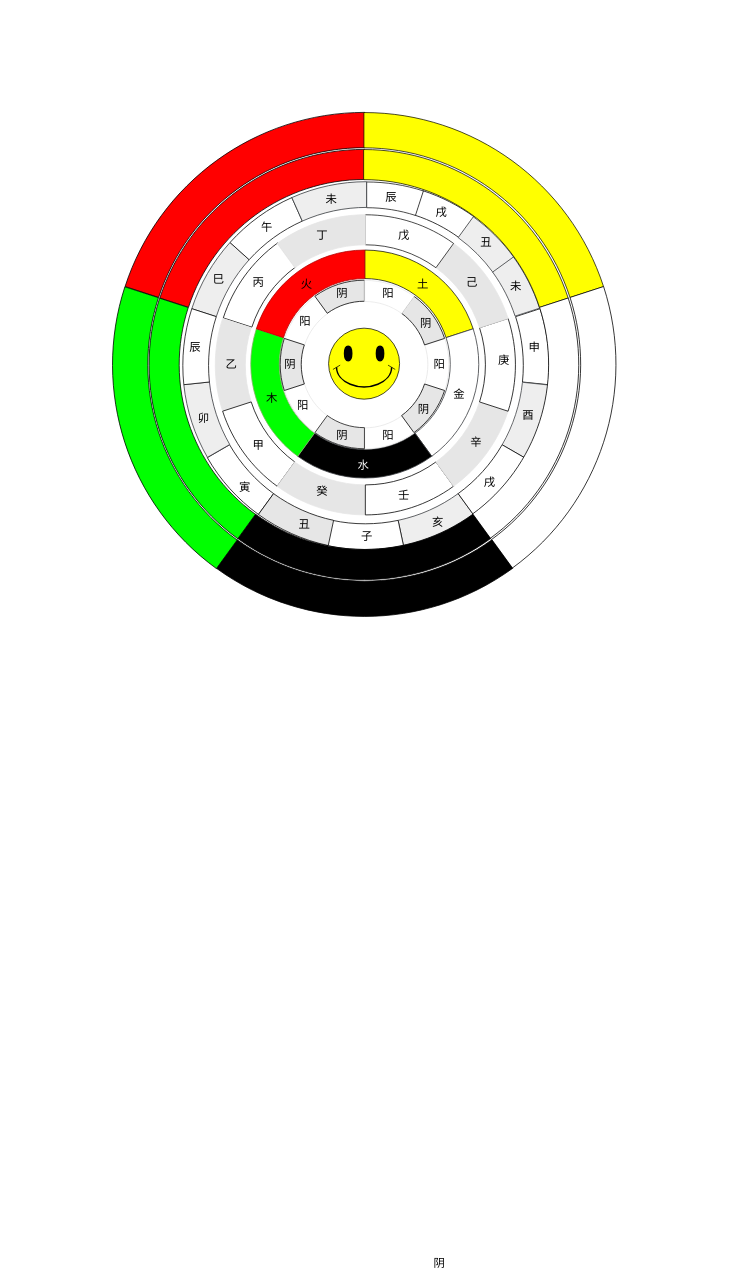
This is page "Page-2" (2 of 2) of 中国古代命理学.drawio from wxfls/draw.io, a draw.io file, before an edit. Source tidied: cells renumbered, new cells numbered last; positions are measured from the earlier drawing's top-left corner, leaving out a move shared by most shapes. Both pictures are drawn from the tidied source at 71%, with x=0, y=0 at pixel (63, 64). Pictures stored in the file or linked from it are replaced by grey dashed boxes.
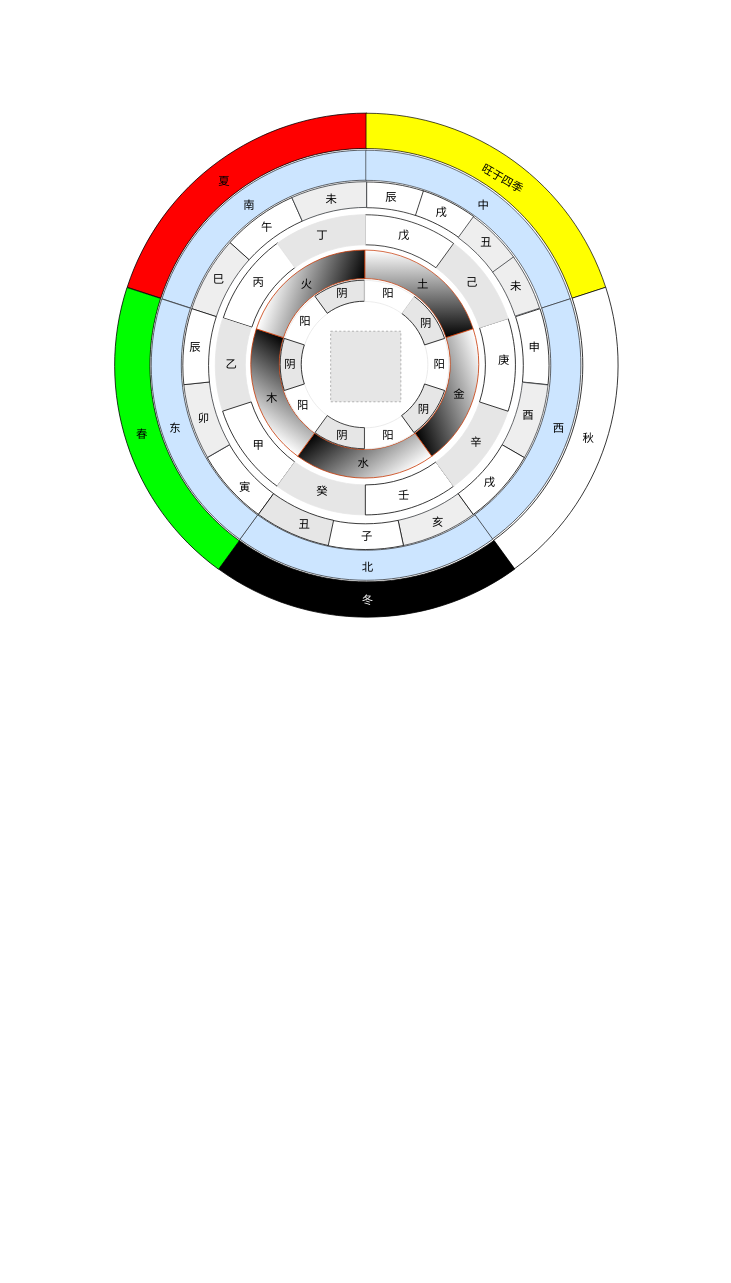
The same diagram, later.

Commit message (it also covers changes not shown here):
Update 中国古代命理学.drawio

The change refers to these unchanged cells:
```xml
<mxCell id="61" style="group;" parent="1" vertex="1">
  <mxGeometry x="61.3" y="58.7" width="731.2" height="731.2" as="geometry" />
</mxCell>
```

Change to the diagram source:
```diff
@@
-    <mxCell id="2" style="verticalLabelPosition=bottom;verticalAlign=top;html=1;shape=mxgraph.basic.partConcEllipse;startAngle=0.0;endAngle=0.20;arcWidth=0.25;fillColor=#FFFF00;" parent="1" vertex="1">
+    <mxCell id="2" style="verticalLabelPosition=bottom;verticalAlign=top;html=1;shape=mxgraph.basic.partConcEllipse;startAngle=0.0;endAngle=0.20;arcWidth=0.25;fillColor=#FFFFFF;fontColor=#000000;strokeColor=#C73500;gradientColor=#000000;" parent="1" vertex="1">
       <mxGeometry x="263.7" y="261.7" width="321.1" height="321.1" as="geometry" />
     </mxCell>
-    <mxCell id="3" style="verticalLabelPosition=bottom;verticalAlign=top;html=1;shape=mxgraph.basic.partConcEllipse;startAngle=0.0;endAngle=0.20;arcWidth=0.25;rotation=72;fillColor=#FFFFFF;strokeColor=#36393d;" parent="1" vertex="1">
+    <mxCell id="3" style="verticalLabelPosition=bottom;verticalAlign=top;html=1;shape=mxgraph.basic.partConcEllipse;startAngle=0.0;endAngle=0.20;arcWidth=0.25;rotation=72;strokeColor=#C73500;fontColor=#000000;gradientColor=#000000;fillColor=#FFFFFF;" parent="1" vertex="1">
       <mxGeometry x="263.7" y="261.7" width="321.1" height="321.1" as="geometry" />
     </mxCell>
-    <mxCell id="4" style="verticalLabelPosition=bottom;verticalAlign=top;html=1;shape=mxgraph.basic.partConcEllipse;startAngle=0.0;endAngle=0.20;arcWidth=0.25;rotation=144;fillColor=#000000;strokeColor=#36393d;" parent="1" vertex="1">
+    <mxCell id="4" style="verticalLabelPosition=bottom;verticalAlign=top;html=1;shape=mxgraph.basic.partConcEllipse;startAngle=0.0;endAngle=0.20;arcWidth=0.25;rotation=144;strokeColor=#C73500;fontColor=#000000;gradientColor=#000000;fillColor=#FFFFFF;" parent="1" vertex="1">
       <mxGeometry x="263.7" y="261.7" width="321.1" height="321.1" as="geometry" />
     </mxCell>
-    <mxCell id="5" style="verticalLabelPosition=bottom;verticalAlign=top;html=1;shape=mxgraph.basic.partConcEllipse;startAngle=0.0;endAngle=0.20;arcWidth=0.25;rotation=216;fillColor=#00FF00;strokeColor=#82b366;" parent="1" vertex="1">
+    <mxCell id="5" style="verticalLabelPosition=bottom;verticalAlign=top;html=1;shape=mxgraph.basic.partConcEllipse;startAngle=0.0;endAngle=0.20;arcWidth=0.25;rotation=216;strokeColor=#C73500;fontColor=#000000;gradientColor=#000000;fillColor=#FFFFFF;" parent="1" vertex="1">
       <mxGeometry x="263.7" y="261.7" width="321.1" height="321.1" as="geometry" />
     </mxCell>
-    <mxCell id="6" style="verticalLabelPosition=bottom;verticalAlign=top;html=1;shape=mxgraph.basic.partConcEllipse;startAngle=0.0;endAngle=0.20;arcWidth=0.25;rotation=288;fillColor=#FF0000;strokeColor=#B20000;fontColor=#ffffff;" parent="1" vertex="1">
+    <mxCell id="6" style="verticalLabelPosition=bottom;verticalAlign=top;html=1;shape=mxgraph.basic.partConcEllipse;startAngle=0.0;endAngle=0.20;arcWidth=0.25;rotation=288;strokeColor=#C73500;fontColor=#000000;gradientColor=#000000;fillColor=#FFFFFF;" parent="1" vertex="1">
       <mxGeometry x="263.7" y="261.7" width="321.1" height="321.1" as="geometry" />
     </mxCell>
@@
     <mxCell id="10" value="金" style="text;html=1;strokeColor=none;fillColor=none;align=center;verticalAlign=middle;whiteSpace=wrap;rounded=0;comic=0;fontSize=16;rotation=0;" parent="1" vertex="1">
-      <mxGeometry x="538.2" y="445.4" width="38.9" height="37" as="geometry" />
+      <mxGeometry x="538.1" y="445.4" width="38.9" height="37" as="geometry" />
     </mxCell>
-    <mxCell id="11" value="&lt;font style=&quot;font-size: 16px;&quot; color=&quot;#FFFFFF&quot;&gt;水&lt;/font&gt;" style="text;html=1;strokeColor=none;fillColor=none;align=center;verticalAlign=middle;whiteSpace=wrap;rounded=0;comic=0;fontSize=16;rotation=0;" parent="1" vertex="1">
-      <mxGeometry x="402.6" y="545.9" width="38.9" height="37" as="geometry" />
+    <mxCell id="11" value="&lt;font style=&quot;font-size: 16px&quot;&gt;水&lt;/font&gt;" style="text;html=1;strokeColor=none;fillColor=none;align=center;verticalAlign=middle;whiteSpace=wrap;rounded=0;comic=0;fontSize=16;rotation=0;" parent="1" vertex="1">
+      <mxGeometry x="402.6" y="543.9" width="38.9" height="37" as="geometry" />
     </mxCell>
     <mxCell id="12" style="verticalLabelPosition=bottom;verticalAlign=top;html=1;shape=mxgraph.basic.partConcEllipse;startAngle=0.0;endAngle=0.2;arcWidth=0.14;comic=0;fontSize=9;fontColor=#FFFFFF;strokeColor=#000000;fillColor=#FF0000;rotation=288;" parent="1" vertex="1">
-      <mxGeometry x="69.3" y="67.8" width="709.9" height="709.9" as="geometry" />
+      <mxGeometry x="72.3" y="68.8" width="709.9" height="709.9" as="geometry" />
     </mxCell>
     <mxCell id="13" style="verticalLabelPosition=bottom;verticalAlign=top;html=1;shape=mxgraph.basic.partConcEllipse;startAngle=0.0;endAngle=0.2;arcWidth=0.14;comic=0;fontSize=9;fontColor=#FFFFFF;strokeColor=#000000;fillColor=#FFFF00;" parent="1" vertex="1">
-      <mxGeometry x="68.1" y="68" width="709.9" height="709.9" as="geometry" />
+      <mxGeometry x="71.1" y="69" width="709.9" height="709.9" as="geometry" />
     </mxCell>
     <mxCell id="14" style="verticalLabelPosition=bottom;verticalAlign=top;html=1;shape=mxgraph.basic.partConcEllipse;startAngle=0.0;endAngle=0.2;arcWidth=0.14;comic=0;fontSize=9;fontColor=#FFFFFF;strokeColor=#000000;fillColor=#FFFFFF;rotation=72;" parent="1" vertex="1">
-      <mxGeometry x="68.1" y="67.8" width="709.9" height="709.9" as="geometry" />
+      <mxGeometry x="71.1" y="68.8" width="709.9" height="709.9" as="geometry" />
     </mxCell>
     <mxCell id="15" style="verticalLabelPosition=bottom;verticalAlign=top;html=1;shape=mxgraph.basic.partConcEllipse;startAngle=0.0;endAngle=0.2;arcWidth=0.14;comic=0;fontSize=9;fontColor=#FFFFFF;strokeColor=#000000;fillColor=#000000;rotation=144;" parent="1" vertex="1">
-      <mxGeometry x="69" y="67.8" width="709.9" height="709.9" as="geometry" />
+      <mxGeometry x="72" y="68.8" width="709.9" height="709.9" as="geometry" />
     </mxCell>
     <mxCell id="16" style="verticalLabelPosition=bottom;verticalAlign=top;html=1;shape=mxgraph.basic.partConcEllipse;startAngle=0.0;endAngle=0.2;arcWidth=0.14;comic=0;fontSize=9;fontColor=#FFFFFF;strokeColor=#000000;fillColor=#00FF00;rotation=216;" parent="1" vertex="1">
-      <mxGeometry x="69" y="68.2" width="709.9" height="709.9" as="geometry" />
+      <mxGeometry x="72" y="69.2" width="709.9" height="709.9" as="geometry" />
     </mxCell>
-    <mxCell id="17" value="阴" style="text;html=1;strokeColor=none;fillColor=none;align=center;verticalAlign=middle;whiteSpace=wrap;rounded=0;comic=0;fontSize=16;rotation=0;" parent="1" vertex="1">
-      <mxGeometry x="509.5" y="1680.7" width="38.9" height="17.5" as="geometry" />
-    </mxCell>
@@
-    <mxCell id="94" style="verticalLabelPosition=bottom;verticalAlign=top;html=1;shape=mxgraph.basic.smiley;comic=0;fontSize=16;fontColor=#FFFFFF;strokeColor=#000000;fillColor=#FFFF00;" parent="61" vertex="1">
-      <mxGeometry x="312" y="313" width="100" height="100" as="geometry" />
-    </mxCell>
     <mxCell id="95" style="group;" parent="1" vertex="1">
-      <mxGeometry x="0.3" y="-0.3" width="850" height="850" as="geometry" />
+      <mxGeometry x="3.3" y="0.7" width="850" height="850" as="geometry" />
     </mxCell>
-    <mxCell id="96" style="verticalLabelPosition=bottom;verticalAlign=top;html=1;shape=mxgraph.basic.partConcEllipse;startAngle=0.0;endAngle=0.2;arcWidth=0.14;comic=0;fontSize=9;fontColor=#FFFFFF;strokeColor=#000000;fillColor=#FF0000;rotation=288;" parent="95" vertex="1">
+    <mxCell id="96" style="verticalLabelPosition=bottom;verticalAlign=top;html=1;shape=mxgraph.basic.partConcEllipse;startAngle=0.0;endAngle=0.2;arcWidth=0.14;comic=0;fontSize=9;strokeColor=#36393d;fillColor=#cce5ff;rotation=288;" parent="95" vertex="1">
       <mxGeometry x="120.5" y="120.2" width="605.9" height="605.9" as="geometry" />
     </mxCell>
-    <mxCell id="97" style="verticalLabelPosition=bottom;verticalAlign=top;html=1;shape=mxgraph.basic.partConcEllipse;startAngle=0.0;endAngle=0.2;arcWidth=0.14;comic=0;fontSize=9;fontColor=#FFFFFF;strokeColor=#000000;fillColor=#FFFF00;" parent="95" vertex="1">
+    <mxCell id="97" style="verticalLabelPosition=bottom;verticalAlign=top;html=1;shape=mxgraph.basic.partConcEllipse;startAngle=0.0;endAngle=0.2;arcWidth=0.14;comic=0;fontSize=9;strokeColor=#36393d;fillColor=#cce5ff;" parent="95" vertex="1">
       <mxGeometry x="119.4" y="120.4" width="605.9" height="605.9" as="geometry" />
     </mxCell>
-    <mxCell id="98" style="verticalLabelPosition=bottom;verticalAlign=top;html=1;shape=mxgraph.basic.partConcEllipse;startAngle=0.0;endAngle=0.2;arcWidth=0.14;comic=0;fontSize=9;fontColor=#FFFFFF;strokeColor=#000000;fillColor=#FFFFFF;rotation=72;" parent="95" vertex="1">
+    <mxCell id="98" style="verticalLabelPosition=bottom;verticalAlign=top;html=1;shape=mxgraph.basic.partConcEllipse;startAngle=0.0;endAngle=0.2;arcWidth=0.14;comic=0;fontSize=9;strokeColor=#36393d;fillColor=#cce5ff;rotation=72;" parent="95" vertex="1">
       <mxGeometry x="119.4" y="120.2" width="605.9" height="605.9" as="geometry" />
     </mxCell>
-    <mxCell id="99" style="verticalLabelPosition=bottom;verticalAlign=top;html=1;shape=mxgraph.basic.partConcEllipse;startAngle=0.0;endAngle=0.2;arcWidth=0.14;comic=0;fontSize=9;fontColor=#FFFFFF;strokeColor=#000000;fillColor=#000000;rotation=144;" parent="95" vertex="1">
+    <mxCell id="99" style="verticalLabelPosition=bottom;verticalAlign=top;html=1;shape=mxgraph.basic.partConcEllipse;startAngle=0.0;endAngle=0.2;arcWidth=0.14;comic=0;fontSize=9;strokeColor=#36393d;fillColor=#cce5ff;rotation=144;" parent="95" vertex="1">
       <mxGeometry x="120.2" y="120.2" width="605.9" height="605.9" as="geometry" />
     </mxCell>
-    <mxCell id="100" style="verticalLabelPosition=bottom;verticalAlign=top;html=1;shape=mxgraph.basic.partConcEllipse;startAngle=0.0;endAngle=0.2;arcWidth=0.14;comic=0;fontSize=9;fontColor=#FFFFFF;strokeColor=#000000;fillColor=#00FF00;rotation=216;" parent="95" vertex="1">
+    <mxCell id="100" style="verticalLabelPosition=bottom;verticalAlign=top;html=1;shape=mxgraph.basic.partConcEllipse;startAngle=0.0;endAngle=0.2;arcWidth=0.14;comic=0;fontSize=9;strokeColor=#36393d;fillColor=#cce5ff;rotation=216;" parent="95" vertex="1">
       <mxGeometry x="120.2" y="120.5" width="605.9" height="605.9" as="geometry" />
     </mxCell>
+    <mxCell id="101" value="中" style="text;html=1;strokeColor=none;fillColor=none;align=center;verticalAlign=middle;whiteSpace=wrap;rounded=0;comic=0;fontSize=16;rotation=0;" parent="95" vertex="1">
+      <mxGeometry x="568.7" y="179.3" width="38.9" height="37" as="geometry" />
+    </mxCell>
+    <mxCell id="102" value="西" style="text;html=1;strokeColor=none;fillColor=none;align=center;verticalAlign=middle;whiteSpace=wrap;rounded=0;comic=0;fontSize=16;rotation=0;" parent="95" vertex="1">
+      <mxGeometry x="674.7" y="492.3" width="38.9" height="37" as="geometry" />
+    </mxCell>
+    <mxCell id="103" value="北" style="text;html=1;strokeColor=none;fillColor=none;align=center;verticalAlign=middle;whiteSpace=wrap;rounded=0;comic=0;fontSize=16;rotation=0;" parent="95" vertex="1">
+      <mxGeometry x="405.5" y="689.1" width="38.9" height="37" as="geometry" />
+    </mxCell>
+    <mxCell id="104" value="东" style="text;html=1;strokeColor=none;fillColor=none;align=center;verticalAlign=middle;whiteSpace=wrap;rounded=0;comic=0;fontSize=16;rotation=0;" parent="95" vertex="1">
+      <mxGeometry x="134.7" y="492.3" width="38.9" height="37" as="geometry" />
+    </mxCell>
+    <mxCell id="105" value="南" style="text;html=1;strokeColor=none;fillColor=none;align=center;verticalAlign=middle;whiteSpace=wrap;rounded=0;comic=0;fontSize=16;rotation=0;" parent="95" vertex="1">
+      <mxGeometry x="238.7" y="178.3" width="38.9" height="37" as="geometry" />
+    </mxCell>
+    <mxCell id="106" value="&lt;font color=&quot;#FFFFFF&quot;&gt;冬&lt;/font&gt;" style="text;html=1;strokeColor=none;fillColor=none;align=center;verticalAlign=middle;whiteSpace=wrap;rounded=0;comic=0;fontSize=16;rotation=0;" parent="95" vertex="1">
+      <mxGeometry x="405.5" y="734.3" width="38.9" height="37" as="geometry" />
+    </mxCell>
+    <mxCell id="107" style="fillColor=#E6E6E6;strokeColor=#999999;dashed=1;verticalLabelPosition=bottom;verticalAlign=top;fontSize=16;fontColor=#FFFFFF;html=0;" parent="95" vertex="1">
+      <mxGeometry x="372.9" y="375.3" width="98.9" height="99.4" as="geometry" />
+    </mxCell>
+    <mxCell id="108" value="春" style="text;html=1;strokeColor=none;fillColor=none;align=center;verticalAlign=middle;whiteSpace=wrap;rounded=0;comic=0;fontSize=16;rotation=0;" parent="1" vertex="1">
+      <mxGeometry x="90.9" y="502" width="38.9" height="37" as="geometry" />
+    </mxCell>
+    <mxCell id="109" value="夏" style="text;html=1;strokeColor=none;fillColor=none;align=center;verticalAlign=middle;whiteSpace=wrap;rounded=0;comic=0;fontSize=16;rotation=0;" parent="1" vertex="1">
+      <mxGeometry x="207" y="145" width="38.9" height="37" as="geometry" />
+    </mxCell>
+    <mxCell id="110" value="秋" style="text;html=1;strokeColor=none;fillColor=none;align=center;verticalAlign=middle;whiteSpace=wrap;rounded=0;comic=0;fontSize=16;rotation=0;" parent="1" vertex="1">
+      <mxGeometry x="720.3" y="508.9" width="38.9" height="37" as="geometry" />
+    </mxCell>
+    <mxCell id="111" value="旺于四季" style="text;html=1;strokeColor=none;fillColor=none;align=center;verticalAlign=middle;whiteSpace=wrap;rounded=0;comic=0;fontSize=16;rotation=30;" parent="1" vertex="1">
+      <mxGeometry x="584.8" y="142" width="68.3" height="37" as="geometry" />
+    </mxCell>
```
